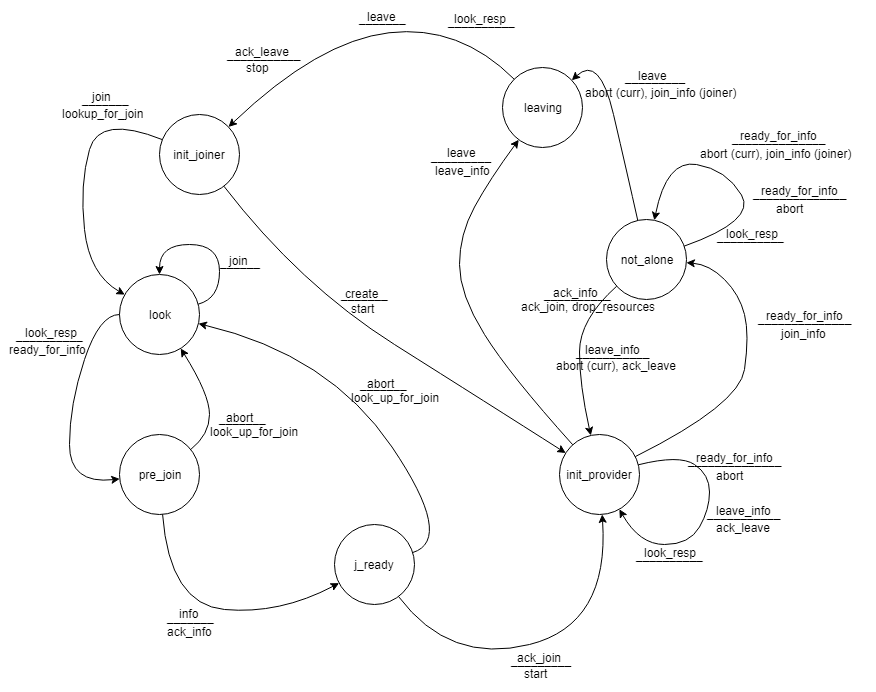
Before: Useful files/fsm_join_handler.png, a diagram exported from draw.io (Robyroc/Echo_rd). Source tidied: cells renumbered, new cells last; positions are measured from the earlier drawing's top-left corner, leaving out a move shared by most shapes.
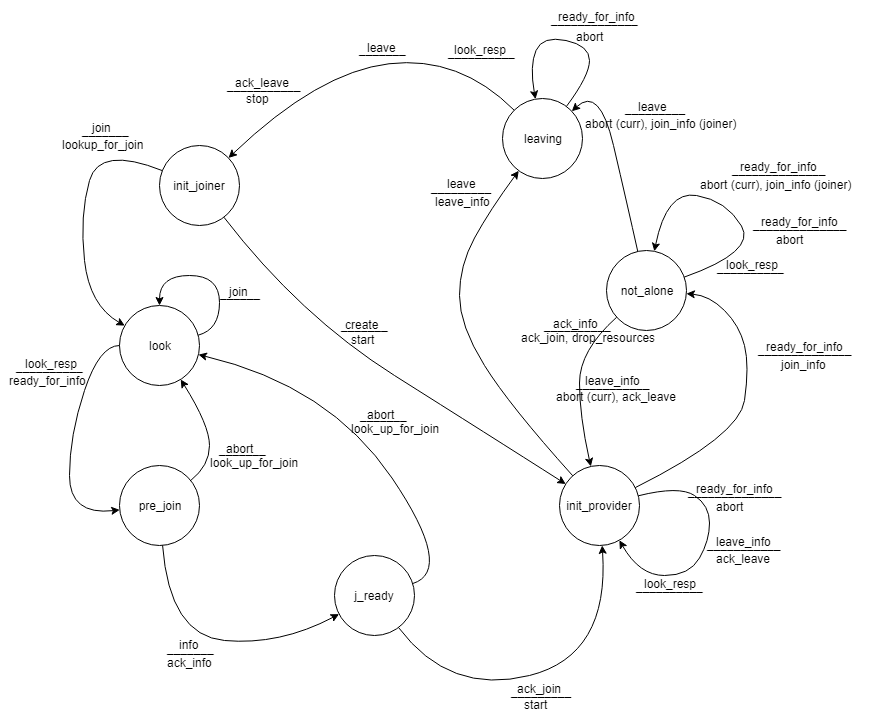
After the change.

Commit message:
correction fsm_join_handler

What changed in the source:
```diff
@@ -340,5 +340,24 @@
     <mxCell id="85" value="__________" style="text;html=1;align=left;verticalAlign=top;spacingTop=-4;" parent="1" vertex="1">
       <mxGeometry x="439" y="5" width="80" height="20" as="geometry" />
     </mxCell>
+    <mxCell id="86" style="curved=1;endArrow=classic;html=1;" parent="1" edge="1" source="8" target="8">
+      <mxGeometry relative="1" as="geometry">
+        <Array as="points">
+          <mxPoint x="582" y="37" />
+          <mxPoint x="582" y="7" />
+          <mxPoint x="535" y="-3" />
+          <mxPoint x="522" y="27" />
+        </Array>
+      </mxGeometry>
+    </mxCell>
+    <mxCell id="87" value="ready_for_info" style="text;html=1;align=left;verticalAlign=top;spacingTop=-4;" parent="1" vertex="1">
+      <mxGeometry x="549" y="-31" width="90" height="20" as="geometry" />
+    </mxCell>
+    <mxCell id="88" value="_____________" style="text;html=1;align=left;verticalAlign=top;spacingTop=-4;" parent="1" vertex="1">
+      <mxGeometry x="542" y="-28" width="100" height="20" as="geometry" />
+    </mxCell>
+    <mxCell id="89" value="abort" style="text;html=1;align=left;verticalAlign=top;spacingTop=-4;" parent="1" vertex="1">
+      <mxGeometry x="567" y="-11" width="40" height="20" as="geometry" />
+    </mxCell>
   </root>
 </mxGraphModel>
```
